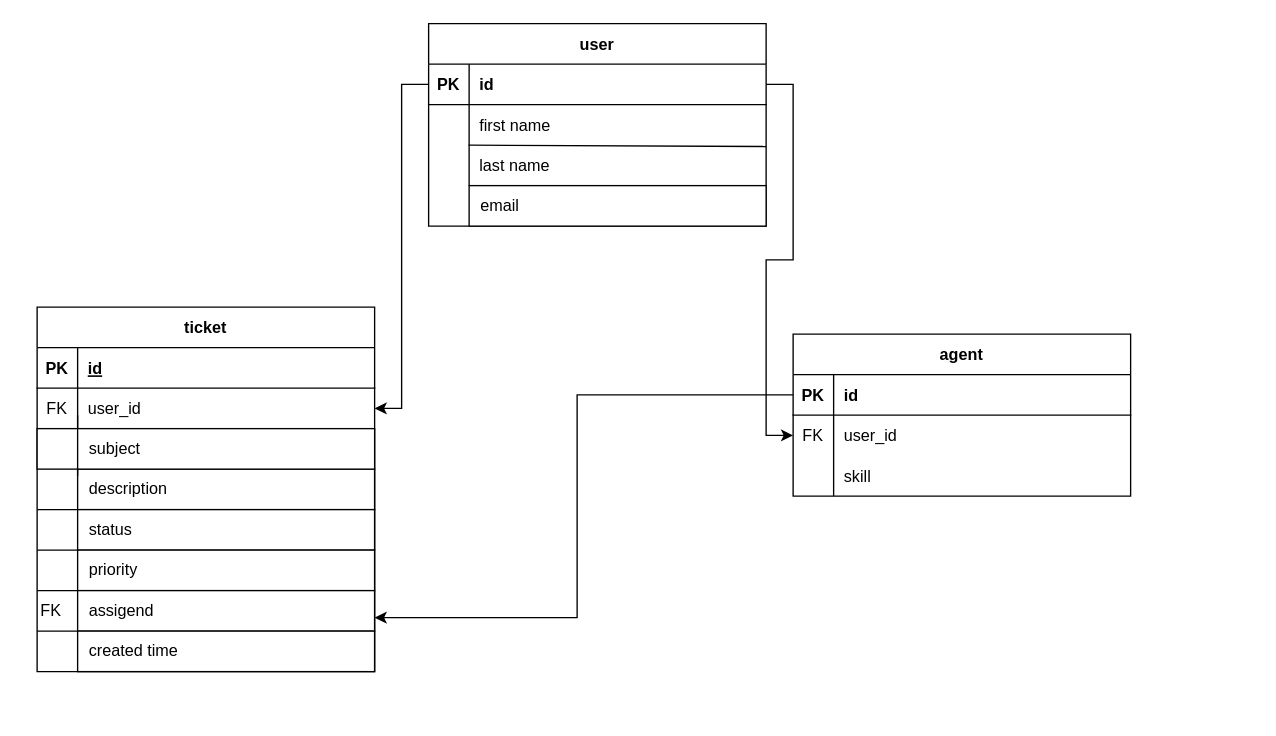
Earlier version of the draw.io diagram ticket.drawio (yas3in/django-store). Source tidied: cells renumbered, new cells numbered last; positions are measured from the earlier drawing's top-left corner, leaving out a move shared by most shapes. Both pictures are drawn from the tidied source at 135%, with x=0, y=0 at pixel (23, 23).
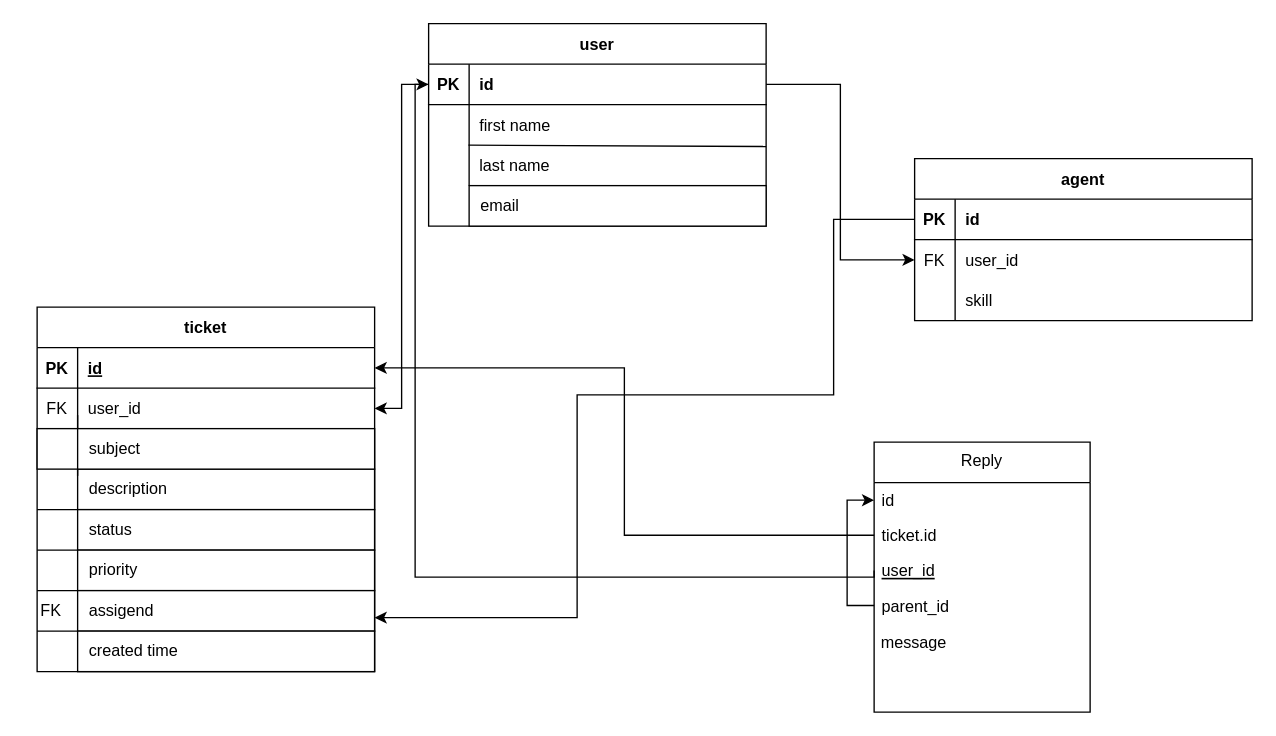
After the change.

The change refers to these unchanged cells:
```xml
<mxCell id="3" style="shape=partialRectangle;fillColor=none;points=[[0,0.5],[1,0.5]];portConstraint=eastwest;top=0;left=0;right=0;bottom=1;" parent="2" vertex="1">
  <mxGeometry y="30" width="250" height="30" as="geometry" />
</mxCell>
<mxCell id="23" style="shape=partialRectangle;fillColor=none;points=[[0,0.5],[1,0.5]];portConstraint=eastwest;top=0;left=0;right=0;bottom=1;" parent="22" vertex="1">
  <mxGeometry y="30" width="250" height="30" as="geometry" />
</mxCell>
<mxCell id="35" style="shape=partialRectangle;fillColor=none;points=[[0,0.5],[1,0.5]];portConstraint=eastwest;top=0;left=0;right=0;bottom=1;" parent="34" vertex="1">
  <mxGeometry y="30" width="250" height="30" as="geometry" />
</mxCell>
```

Change to the diagram source:
```diff
@@
     <mxCell id="34" value="agent" style="shape=table;startSize=30;childLayout=tableLayout;rowLines=0;fontStyle=1;align=center;" parent="1" vertex="1">
-      <mxGeometry x="570" y="230" width="250" height="120" as="geometry" />
+      <mxGeometry x="660" y="100" width="250" height="120" as="geometry" />
     </mxCell>
@@
     <mxCell id="44" style="edgeStyle=orthogonalEdgeStyle;rounded=0;jettySize=auto;html=1;exitX=0;exitY=0.5;exitDx=0;exitDy=0;" parent="1" edge="1" source="35">
       <mxGeometry relative="1" as="geometry">
         <mxPoint x="260" y="440" as="targetPoint" />
         <Array as="points">
+          <mxPoint x="600" y="145" />
+          <mxPoint x="600" y="275" />
           <mxPoint x="410" y="275" />
           <mxPoint x="410" y="440" />
         </Array>
       </mxGeometry>
     </mxCell>
@@
+    <mxCell id="46" value="Reply&#10;" style="swimlane;fontStyle=0;align=center;verticalAlign=top;horizontal=1;startSize=30;rounded=0;shadow=0;strokeWidth=1;" parent="1" vertex="1">
+      <mxGeometry x="630" y="310" width="160" height="200" as="geometry" />
+    </mxCell>
+    <mxCell id="47" value="id" style="text;align=left;verticalAlign=top;spacingLeft=4;spacingRight=4;overflow=hidden;points=[[0,0.5],[1,0.5]];portConstraint=eastwest;" parent="46" vertex="1">
+      <mxGeometry y="30" width="160" height="26" as="geometry" />
+    </mxCell>
+    <mxCell id="48" value="ticket.id" style="text;align=left;verticalAlign=top;spacingLeft=4;spacingRight=4;overflow=hidden;points=[[0,0.5],[1,0.5]];portConstraint=eastwest;rounded=0;shadow=0;html=0;" parent="46" vertex="1">
+      <mxGeometry y="56" width="160" height="26" as="geometry" />
+    </mxCell>
+    <mxCell id="49" value="user_id" style="text;align=left;verticalAlign=top;spacingLeft=4;spacingRight=4;overflow=hidden;points=[[0,0.5],[1,0.5]];portConstraint=eastwest;fontStyle=4;" parent="46" vertex="1">
+      <mxGeometry y="82" width="160" height="26" as="geometry" />
+    </mxCell>
+    <mxCell id="50" style="edgeStyle=orthogonalEdgeStyle;rounded=0;jettySize=auto;html=1;exitX=0;exitY=0.5;exitDx=0;exitDy=0;entryX=0;entryY=0.5;entryDx=0;entryDy=0;" parent="46" edge="1" source="51" target="47">
+      <mxGeometry relative="1" as="geometry" />
+    </mxCell>
+    <mxCell id="51" value="parent_id" style="text;align=left;verticalAlign=top;spacingLeft=4;spacingRight=4;overflow=hidden;points=[[0,0.5],[1,0.5]];portConstraint=eastwest;" parent="46" vertex="1">
+      <mxGeometry y="108" width="160" height="26" as="geometry" />
+    </mxCell>
+    <mxCell id="52" value="&amp;nbsp;message" style="text;html=1;align=left;verticalAlign=middle;strokeColor=none;fillColor=none;" parent="46" vertex="1">
+      <mxGeometry y="134" width="160" height="30" as="geometry" />
+    </mxCell>
+    <mxCell id="53" style="edgeStyle=orthogonalEdgeStyle;rounded=0;jettySize=auto;html=1;exitX=0;exitY=0.5;exitDx=0;exitDy=0;entryX=0;entryY=0.5;entryDx=0;entryDy=0;" parent="1" edge="1" source="49" target="3">
+      <mxGeometry relative="1" as="geometry">
+        <Array as="points">
+          <mxPoint x="630" y="410" />
+          <mxPoint x="290" y="410" />
+          <mxPoint x="290" y="45" />
+        </Array>
+      </mxGeometry>
+    </mxCell>
+    <mxCell id="54" style="edgeStyle=orthogonalEdgeStyle;rounded=0;jettySize=auto;html=1;exitX=0;exitY=0.5;exitDx=0;exitDy=0;entryX=1;entryY=0.5;entryDx=0;entryDy=0;" parent="1" edge="1" source="48" target="23">
+      <mxGeometry relative="1" as="geometry" />
+    </mxCell>
```
